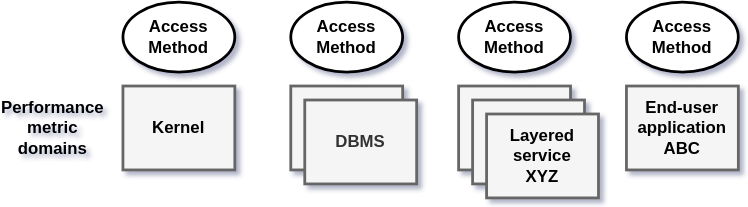
Above: images/metric-domains.svg in performancecopilot/pcp (draw.io), before the change. Source tidied: cells renumbered, new cells last; positions are measured from the earlier drawing's top-left corner, leaving out a move shared by most shapes. Source of this version:
```xml
<mxGraphModel background="#FFFFFF" shadow="1">
  <root>
    <mxCell id="0" />
    <mxCell id="1" parent="0" />
    <mxCell id="2" style="ellipse;whiteSpace=wrap;html=1;strokeWidth=2;perimeterSpacing=0;fontStyle=1;" parent="1" vertex="1">
      <mxGeometry x="70" width="80" height="50" as="geometry" />
    </mxCell>
    <mxCell id="3" style="ellipse;whiteSpace=wrap;html=1;strokeWidth=2;perimeterSpacing=0;fontStyle=1;" parent="1" vertex="1">
      <mxGeometry x="190" width="80" height="50" as="geometry" />
    </mxCell>
    <mxCell id="4" style="ellipse;whiteSpace=wrap;html=1;strokeWidth=2;perimeterSpacing=0;fontStyle=1;" parent="1" vertex="1">
      <mxGeometry x="310" width="80" height="50" as="geometry" />
    </mxCell>
    <mxCell id="5" style="ellipse;whiteSpace=wrap;html=1;strokeWidth=2;perimeterSpacing=0;fontStyle=1;shadow=0;" parent="1" vertex="1">
      <mxGeometry x="430" width="80" height="50" as="geometry" />
    </mxCell>
    <mxCell id="6" style="rounded=0;whiteSpace=wrap;html=1;strokeWidth=2;perimeterSpacing=0;fontStyle=1;fillColor=#f5f5f5;strokeColor=#666666;fontColor=#333333;" parent="1" vertex="1">
      <mxGeometry x="70" y="60" width="80" height="60" as="geometry" />
    </mxCell>
    <mxCell id="7" style="rounded=0;whiteSpace=wrap;html=1;gradientDirection=south;strokeWidth=2;perimeterSpacing=0;fontStyle=1;fillColor=#f5f5f5;strokeColor=#666666;fontColor=#333333;" parent="1" vertex="1">
      <mxGeometry x="310" y="60" width="80" height="60" as="geometry" />
    </mxCell>
    <mxCell id="8" style="rounded=0;whiteSpace=wrap;html=1;strokeWidth=2;perimeterSpacing=0;fontStyle=1;fillColor=#f5f5f5;strokeColor=#666666;fontColor=#333333;" parent="1" vertex="1">
      <mxGeometry x="190" y="60" width="80" height="60" as="geometry" />
    </mxCell>
    <mxCell id="9" style="rounded=0;whiteSpace=wrap;html=1;strokeWidth=2;perimeterSpacing=0;fontStyle=1;fillColor=#f5f5f5;strokeColor=#666666;fontColor=#333333;" parent="1" vertex="1">
      <mxGeometry x="320" y="70" width="80" height="60" as="geometry" />
    </mxCell>
    <mxCell id="10" style="rounded=0;whiteSpace=wrap;html=1;strokeWidth=2;perimeterSpacing=0;fontStyle=1;fillColor=#f5f5f5;strokeColor=#666666;fontColor=#333333;" parent="1" vertex="1">
      <mxGeometry x="430" y="60" width="80" height="60" as="geometry" />
    </mxCell>
    <mxCell id="11" style="rounded=0;whiteSpace=wrap;html=1;strokeWidth=2;perimeterSpacing=0;fontStyle=1;fillColor=#f5f5f5;strokeColor=#666666;fontColor=#333333;" parent="1" vertex="1">
      <mxGeometry x="330" y="80" width="80" height="60" as="geometry" />
    </mxCell>
    <mxCell id="12" style="rounded=0;whiteSpace=wrap;html=1;strokeWidth=2;perimeterSpacing=0;fontStyle=1;fillColor=#f5f5f5;strokeColor=#666666;fontColor=#333333;" parent="1" vertex="1">
      <mxGeometry x="200" y="70" width="80" height="60" as="geometry" />
    </mxCell>
    <mxCell id="13" value="Access Method" style="text;html=1;strokeColor=none;fillColor=none;align=center;verticalAlign=middle;whiteSpace=wrap;rounded=0;strokeWidth=1;fontStyle=1;" parent="1" vertex="1">
      <mxGeometry x="90" y="15" width="40" height="20" as="geometry" />
    </mxCell>
    <mxCell id="14" value="Access Method" style="text;html=1;strokeColor=none;fillColor=none;align=center;verticalAlign=middle;whiteSpace=wrap;rounded=0;strokeWidth=1;fontStyle=1;" parent="1" vertex="1">
      <mxGeometry x="210" y="15" width="40" height="20" as="geometry" />
    </mxCell>
    <mxCell id="15" value="Access Method" style="text;html=1;strokeColor=none;fillColor=none;align=center;verticalAlign=middle;whiteSpace=wrap;rounded=0;strokeWidth=1;fontStyle=1;" parent="1" vertex="1">
      <mxGeometry x="450" y="15" width="40" height="20" as="geometry" />
    </mxCell>
    <mxCell id="16" value="Access Method" style="text;html=1;strokeColor=none;fillColor=none;align=center;verticalAlign=middle;whiteSpace=wrap;rounded=0;strokeWidth=1;fontStyle=1;" parent="1" vertex="1">
      <mxGeometry x="330" y="15" width="40" height="20" as="geometry" />
    </mxCell>
    <mxCell id="17" value="Kernel" style="text;html=1;strokeColor=none;fillColor=none;align=center;verticalAlign=middle;whiteSpace=wrap;rounded=0;shadow=0;labelBackgroundColor=none;fontStyle=1;" parent="1" vertex="1">
      <mxGeometry x="90" y="80" width="40" height="20" as="geometry" />
    </mxCell>
    <mxCell id="18" value="&lt;span style=&quot;color: rgb(51 , 51 , 51) ; font-weight: 700&quot;&gt;DBMS&lt;/span&gt;" style="text;html=1;strokeColor=none;fillColor=none;align=center;verticalAlign=middle;whiteSpace=wrap;rounded=0;shadow=0;labelBackgroundColor=none;" parent="1" vertex="1">
      <mxGeometry x="220" y="90" width="40" height="20" as="geometry" />
    </mxCell>
    <mxCell id="19" value="Layered&lt;br&gt;service&lt;br&gt;XYZ" style="text;html=1;strokeColor=none;fillColor=none;align=center;verticalAlign=middle;whiteSpace=wrap;rounded=0;shadow=0;labelBackgroundColor=none;fontStyle=1;" parent="1" vertex="1">
      <mxGeometry x="350" y="100" width="40" height="20" as="geometry" />
    </mxCell>
    <mxCell id="20" value="End-user&lt;br&gt;application&lt;br&gt;ABC" style="text;html=1;strokeColor=none;fillColor=none;align=center;verticalAlign=middle;whiteSpace=wrap;rounded=0;shadow=0;labelBackgroundColor=none;fontStyle=1;" parent="1" vertex="1">
      <mxGeometry x="450" y="80" width="40" height="20" as="geometry" />
    </mxCell>
    <mxCell id="21" value="Performance&lt;br&gt;metric&lt;br&gt;domains" style="text;html=1;strokeColor=none;fillColor=none;align=center;verticalAlign=middle;whiteSpace=wrap;rounded=0;shadow=0;labelBackgroundColor=none;fontStyle=1;" parent="1" vertex="1">
      <mxGeometry y="80" width="40" height="20" as="geometry" />
    </mxCell>
  </root>
</mxGraphModel>
```
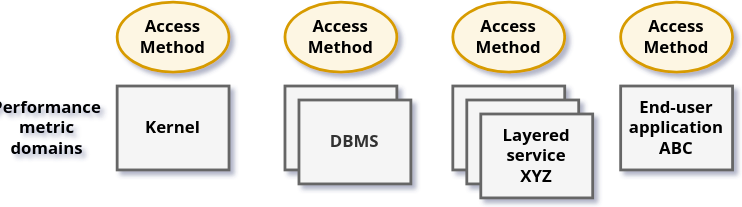
After the commit.

Diff of the diagram source:
```diff
@@ -2,64 +2,64 @@
   <root>
     <mxCell id="0" />
     <mxCell id="1" parent="0" />
-    <mxCell id="2" style="ellipse;whiteSpace=wrap;html=1;strokeWidth=2;perimeterSpacing=0;fontStyle=1;" parent="1" vertex="1">
+    <mxCell id="2" style="ellipse;whiteSpace=wrap;html=1;strokeWidth=2;perimeterSpacing=0;fontStyle=1;fontFamily=Sans;fillColor=#FDF6E3;strokeColor=#D79B00;" parent="1" vertex="1">
       <mxGeometry x="70" width="80" height="50" as="geometry" />
     </mxCell>
-    <mxCell id="3" style="ellipse;whiteSpace=wrap;html=1;strokeWidth=2;perimeterSpacing=0;fontStyle=1;" parent="1" vertex="1">
+    <mxCell id="3" style="ellipse;whiteSpace=wrap;html=1;strokeWidth=2;perimeterSpacing=0;fontStyle=1;fontFamily=Sans;fillColor=#FDF6E3;strokeColor=#D79B00;" parent="1" vertex="1">
       <mxGeometry x="190" width="80" height="50" as="geometry" />
     </mxCell>
-    <mxCell id="4" style="ellipse;whiteSpace=wrap;html=1;strokeWidth=2;perimeterSpacing=0;fontStyle=1;" parent="1" vertex="1">
+    <mxCell id="4" style="ellipse;whiteSpace=wrap;html=1;strokeWidth=2;perimeterSpacing=0;fontStyle=1;fontFamily=Sans;fillColor=#FDF6E3;strokeColor=#D79B00;" parent="1" vertex="1">
       <mxGeometry x="310" width="80" height="50" as="geometry" />
     </mxCell>
-    <mxCell id="5" style="ellipse;whiteSpace=wrap;html=1;strokeWidth=2;perimeterSpacing=0;fontStyle=1;shadow=0;" parent="1" vertex="1">
+    <mxCell id="5" style="ellipse;whiteSpace=wrap;html=1;strokeWidth=2;perimeterSpacing=0;fontStyle=1;shadow=0;fontFamily=Sans;fillColor=#FDF6E3;strokeColor=#D79B00;" parent="1" vertex="1">
       <mxGeometry x="430" width="80" height="50" as="geometry" />
     </mxCell>
-    <mxCell id="6" style="rounded=0;whiteSpace=wrap;html=1;strokeWidth=2;perimeterSpacing=0;fontStyle=1;fillColor=#f5f5f5;strokeColor=#666666;fontColor=#333333;" parent="1" vertex="1">
+    <mxCell id="6" style="rounded=0;whiteSpace=wrap;html=1;strokeWidth=2;perimeterSpacing=0;fontStyle=1;fillColor=#f5f5f5;strokeColor=#666666;fontColor=#333333;fontFamily=Sans;" parent="1" vertex="1">
       <mxGeometry x="70" y="60" width="80" height="60" as="geometry" />
     </mxCell>
-    <mxCell id="7" style="rounded=0;whiteSpace=wrap;html=1;gradientDirection=south;strokeWidth=2;perimeterSpacing=0;fontStyle=1;fillColor=#f5f5f5;strokeColor=#666666;fontColor=#333333;" parent="1" vertex="1">
+    <mxCell id="7" style="rounded=0;whiteSpace=wrap;html=1;gradientDirection=south;strokeWidth=2;perimeterSpacing=0;fontStyle=1;fillColor=#f5f5f5;strokeColor=#666666;fontColor=#333333;fontFamily=Sans;" parent="1" vertex="1">
       <mxGeometry x="310" y="60" width="80" height="60" as="geometry" />
     </mxCell>
-    <mxCell id="8" style="rounded=0;whiteSpace=wrap;html=1;strokeWidth=2;perimeterSpacing=0;fontStyle=1;fillColor=#f5f5f5;strokeColor=#666666;fontColor=#333333;" parent="1" vertex="1">
+    <mxCell id="8" style="rounded=0;whiteSpace=wrap;html=1;strokeWidth=2;perimeterSpacing=0;fontStyle=1;fillColor=#f5f5f5;strokeColor=#666666;fontColor=#333333;fontFamily=Sans;" parent="1" vertex="1">
       <mxGeometry x="190" y="60" width="80" height="60" as="geometry" />
     </mxCell>
-    <mxCell id="9" style="rounded=0;whiteSpace=wrap;html=1;strokeWidth=2;perimeterSpacing=0;fontStyle=1;fillColor=#f5f5f5;strokeColor=#666666;fontColor=#333333;" parent="1" vertex="1">
+    <mxCell id="9" style="rounded=0;whiteSpace=wrap;html=1;strokeWidth=2;perimeterSpacing=0;fontStyle=1;fillColor=#f5f5f5;strokeColor=#666666;fontColor=#333333;fontFamily=Sans;" parent="1" vertex="1">
       <mxGeometry x="320" y="70" width="80" height="60" as="geometry" />
     </mxCell>
-    <mxCell id="10" style="rounded=0;whiteSpace=wrap;html=1;strokeWidth=2;perimeterSpacing=0;fontStyle=1;fillColor=#f5f5f5;strokeColor=#666666;fontColor=#333333;" parent="1" vertex="1">
+    <mxCell id="10" style="rounded=0;whiteSpace=wrap;html=1;strokeWidth=2;perimeterSpacing=0;fontStyle=1;fillColor=#f5f5f5;strokeColor=#666666;fontColor=#333333;fontFamily=Sans;" parent="1" vertex="1">
       <mxGeometry x="430" y="60" width="80" height="60" as="geometry" />
     </mxCell>
-    <mxCell id="11" style="rounded=0;whiteSpace=wrap;html=1;strokeWidth=2;perimeterSpacing=0;fontStyle=1;fillColor=#f5f5f5;strokeColor=#666666;fontColor=#333333;" parent="1" vertex="1">
+    <mxCell id="11" style="rounded=0;whiteSpace=wrap;html=1;strokeWidth=2;perimeterSpacing=0;fontStyle=1;fillColor=#f5f5f5;strokeColor=#666666;fontColor=#333333;fontFamily=Sans;" parent="1" vertex="1">
       <mxGeometry x="330" y="80" width="80" height="60" as="geometry" />
     </mxCell>
-    <mxCell id="12" style="rounded=0;whiteSpace=wrap;html=1;strokeWidth=2;perimeterSpacing=0;fontStyle=1;fillColor=#f5f5f5;strokeColor=#666666;fontColor=#333333;" parent="1" vertex="1">
+    <mxCell id="12" style="rounded=0;whiteSpace=wrap;html=1;strokeWidth=2;perimeterSpacing=0;fontStyle=1;fillColor=#f5f5f5;strokeColor=#666666;fontColor=#333333;fontFamily=Sans;" parent="1" vertex="1">
       <mxGeometry x="200" y="70" width="80" height="60" as="geometry" />
     </mxCell>
-    <mxCell id="13" value="Access Method" style="text;html=1;strokeColor=none;fillColor=none;align=center;verticalAlign=middle;whiteSpace=wrap;rounded=0;strokeWidth=1;fontStyle=1;" parent="1" vertex="1">
+    <mxCell id="13" value="Access Method" style="text;html=1;strokeColor=none;fillColor=none;align=center;verticalAlign=middle;whiteSpace=wrap;rounded=0;strokeWidth=1;fontStyle=1;fontFamily=Sans;" parent="1" vertex="1">
       <mxGeometry x="90" y="15" width="40" height="20" as="geometry" />
     </mxCell>
-    <mxCell id="14" value="Access Method" style="text;html=1;strokeColor=none;fillColor=none;align=center;verticalAlign=middle;whiteSpace=wrap;rounded=0;strokeWidth=1;fontStyle=1;" parent="1" vertex="1">
+    <mxCell id="14" value="Access Method" style="text;html=1;strokeColor=none;fillColor=none;align=center;verticalAlign=middle;whiteSpace=wrap;rounded=0;strokeWidth=1;fontStyle=1;fontFamily=Sans;" parent="1" vertex="1">
       <mxGeometry x="210" y="15" width="40" height="20" as="geometry" />
     </mxCell>
-    <mxCell id="15" value="Access Method" style="text;html=1;strokeColor=none;fillColor=none;align=center;verticalAlign=middle;whiteSpace=wrap;rounded=0;strokeWidth=1;fontStyle=1;" parent="1" vertex="1">
+    <mxCell id="15" value="Access Method" style="text;html=1;strokeColor=none;fillColor=none;align=center;verticalAlign=middle;whiteSpace=wrap;rounded=0;strokeWidth=1;fontStyle=1;fontFamily=Sans;" parent="1" vertex="1">
       <mxGeometry x="450" y="15" width="40" height="20" as="geometry" />
     </mxCell>
-    <mxCell id="16" value="Access Method" style="text;html=1;strokeColor=none;fillColor=none;align=center;verticalAlign=middle;whiteSpace=wrap;rounded=0;strokeWidth=1;fontStyle=1;" parent="1" vertex="1">
+    <mxCell id="16" value="Access Method" style="text;html=1;strokeColor=none;fillColor=none;align=center;verticalAlign=middle;whiteSpace=wrap;rounded=0;strokeWidth=1;fontStyle=1;fontFamily=Sans;" parent="1" vertex="1">
       <mxGeometry x="330" y="15" width="40" height="20" as="geometry" />
     </mxCell>
-    <mxCell id="17" value="Kernel" style="text;html=1;strokeColor=none;fillColor=none;align=center;verticalAlign=middle;whiteSpace=wrap;rounded=0;shadow=0;labelBackgroundColor=none;fontStyle=1;" parent="1" vertex="1">
+    <mxCell id="17" value="Kernel" style="text;html=1;strokeColor=none;fillColor=none;align=center;verticalAlign=middle;whiteSpace=wrap;rounded=0;shadow=0;labelBackgroundColor=none;fontStyle=1;fontFamily=Sans;" parent="1" vertex="1">
       <mxGeometry x="90" y="80" width="40" height="20" as="geometry" />
     </mxCell>
-    <mxCell id="18" value="&lt;span style=&quot;color: rgb(51 , 51 , 51) ; font-weight: 700&quot;&gt;DBMS&lt;/span&gt;" style="text;html=1;strokeColor=none;fillColor=none;align=center;verticalAlign=middle;whiteSpace=wrap;rounded=0;shadow=0;labelBackgroundColor=none;" parent="1" vertex="1">
+    <mxCell id="18" value="&lt;span style=&quot;color: rgb(51 , 51 , 51) ; font-weight: 700&quot;&gt;DBMS&lt;/span&gt;" style="text;html=1;strokeColor=none;fillColor=none;align=center;verticalAlign=middle;whiteSpace=wrap;rounded=0;shadow=0;labelBackgroundColor=none;fontFamily=Sans;" parent="1" vertex="1">
       <mxGeometry x="220" y="90" width="40" height="20" as="geometry" />
     </mxCell>
-    <mxCell id="19" value="Layered&lt;br&gt;service&lt;br&gt;XYZ" style="text;html=1;strokeColor=none;fillColor=none;align=center;verticalAlign=middle;whiteSpace=wrap;rounded=0;shadow=0;labelBackgroundColor=none;fontStyle=1;" parent="1" vertex="1">
+    <mxCell id="19" value="Layered&lt;br&gt;service&lt;br&gt;XYZ" style="text;html=1;strokeColor=none;fillColor=none;align=center;verticalAlign=middle;whiteSpace=wrap;rounded=0;shadow=0;labelBackgroundColor=none;fontStyle=1;fontFamily=Sans;" parent="1" vertex="1">
       <mxGeometry x="350" y="100" width="40" height="20" as="geometry" />
     </mxCell>
-    <mxCell id="20" value="End-user&lt;br&gt;application&lt;br&gt;ABC" style="text;html=1;strokeColor=none;fillColor=none;align=center;verticalAlign=middle;whiteSpace=wrap;rounded=0;shadow=0;labelBackgroundColor=none;fontStyle=1;" parent="1" vertex="1">
+    <mxCell id="20" value="End-user&lt;br&gt;application&lt;br&gt;ABC" style="text;html=1;strokeColor=none;fillColor=none;align=center;verticalAlign=middle;whiteSpace=wrap;rounded=0;shadow=0;labelBackgroundColor=none;fontStyle=1;fontFamily=Sans;" parent="1" vertex="1">
       <mxGeometry x="450" y="80" width="40" height="20" as="geometry" />
     </mxCell>
-    <mxCell id="21" value="Performance&lt;br&gt;metric&lt;br&gt;domains" style="text;html=1;strokeColor=none;fillColor=none;align=center;verticalAlign=middle;whiteSpace=wrap;rounded=0;shadow=0;labelBackgroundColor=none;fontStyle=1;" parent="1" vertex="1">
+    <mxCell id="21" value="Performance&lt;br&gt;metric&lt;br&gt;domains" style="text;html=1;strokeColor=none;fillColor=none;align=center;verticalAlign=middle;whiteSpace=wrap;rounded=0;shadow=0;labelBackgroundColor=none;fontStyle=1;fontFamily=Sans;" parent="1" vertex="1">
       <mxGeometry y="80" width="40" height="20" as="geometry" />
     </mxCell>
   </root>
```
